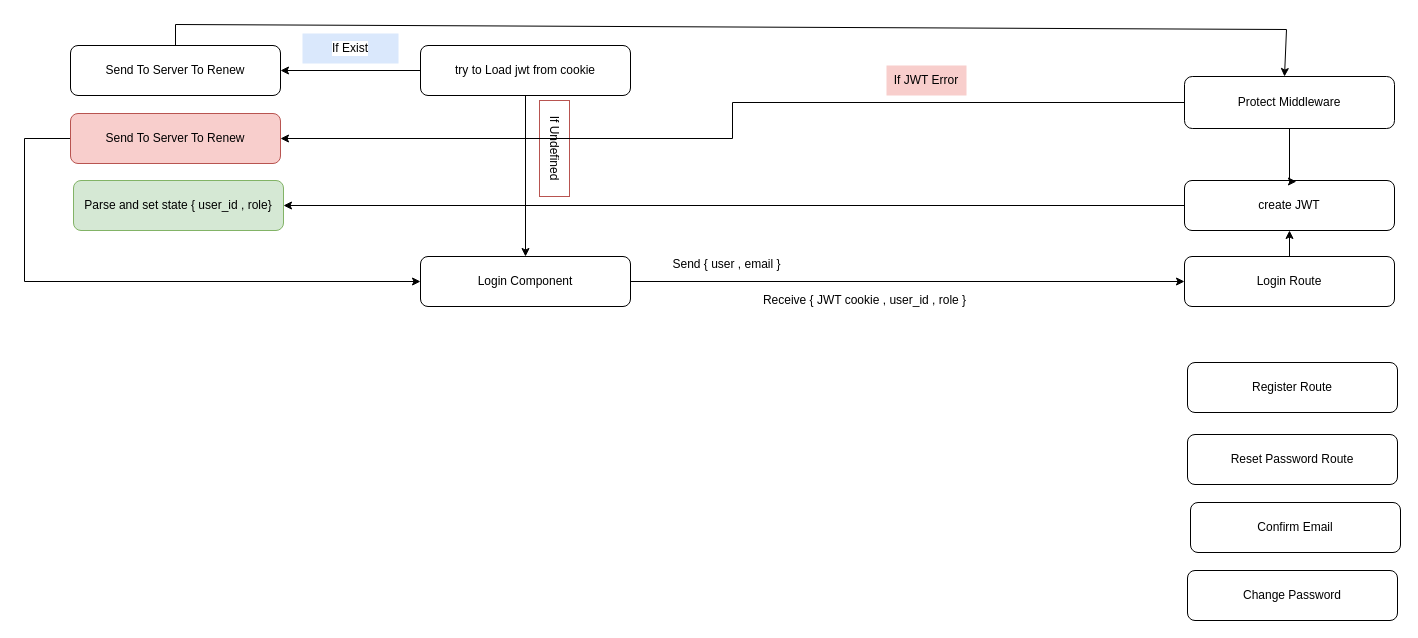
Before: auth_system_.drawio in mahmoudkarsha/md, a draw.io diagram. Source tidied: cells renumbered, new cells numbered last; positions are measured from the earlier drawing's top-left corner, leaving out a move shared by most shapes. Both pictures are drawn from the tidied source at 100%, with x=0, y=0 at pixel (24, 24).
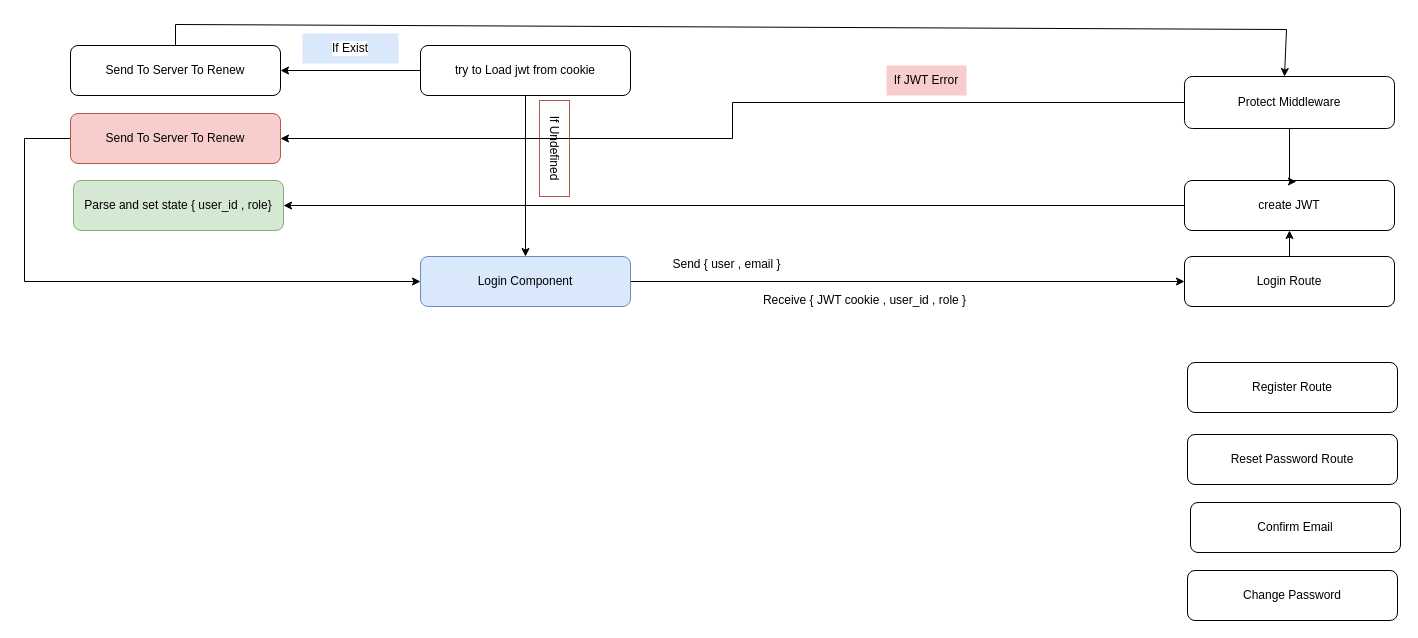
After the change.

What changed in the source:
```diff
@@
-    <mxCell id="3" value="Login Component" style="rounded=1;whiteSpace=wrap;html=1;" parent="1" vertex="1">
+    <mxCell id="3" value="Login Component" style="rounded=1;whiteSpace=wrap;html=1;fillColor=#dae8fc;strokeColor=#6c8ebf;" parent="1" vertex="1">
       <mxGeometry x="396" y="232" width="210" height="50" as="geometry" />
     </mxCell>
```
